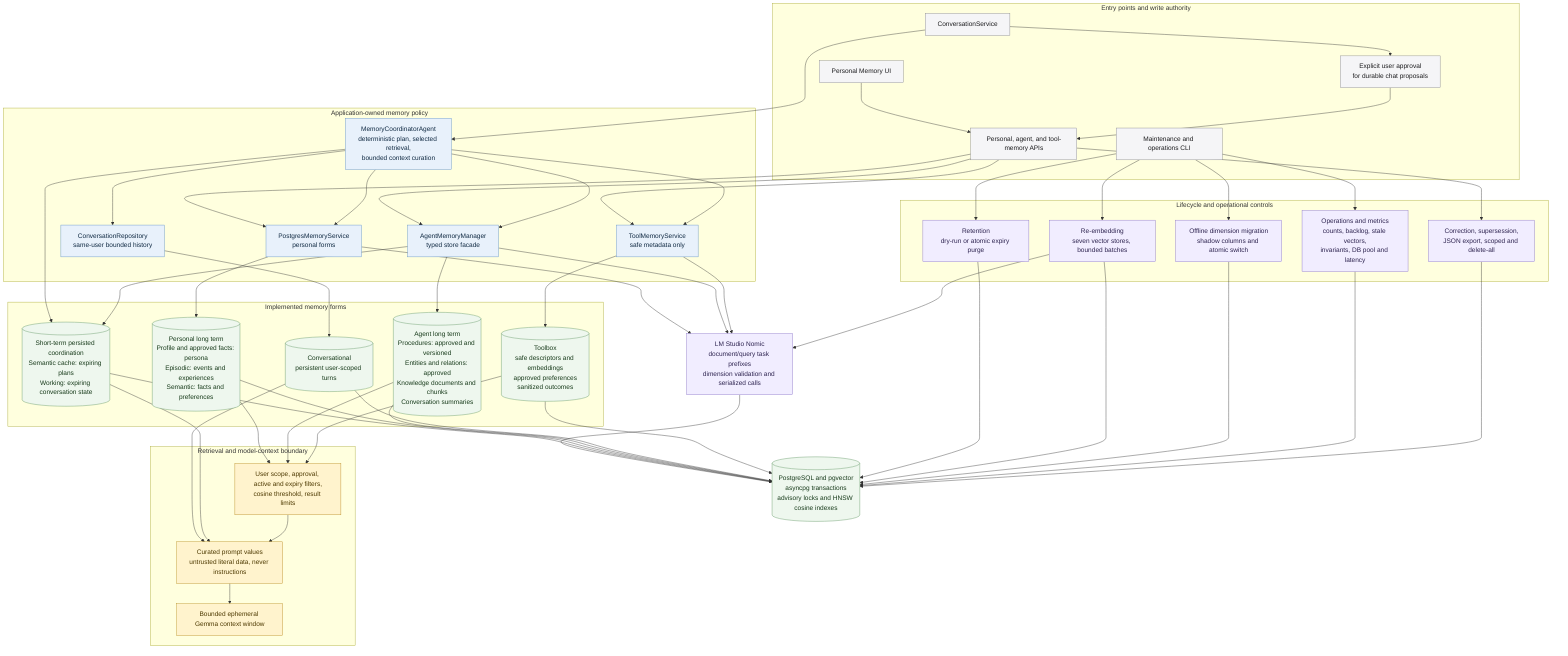
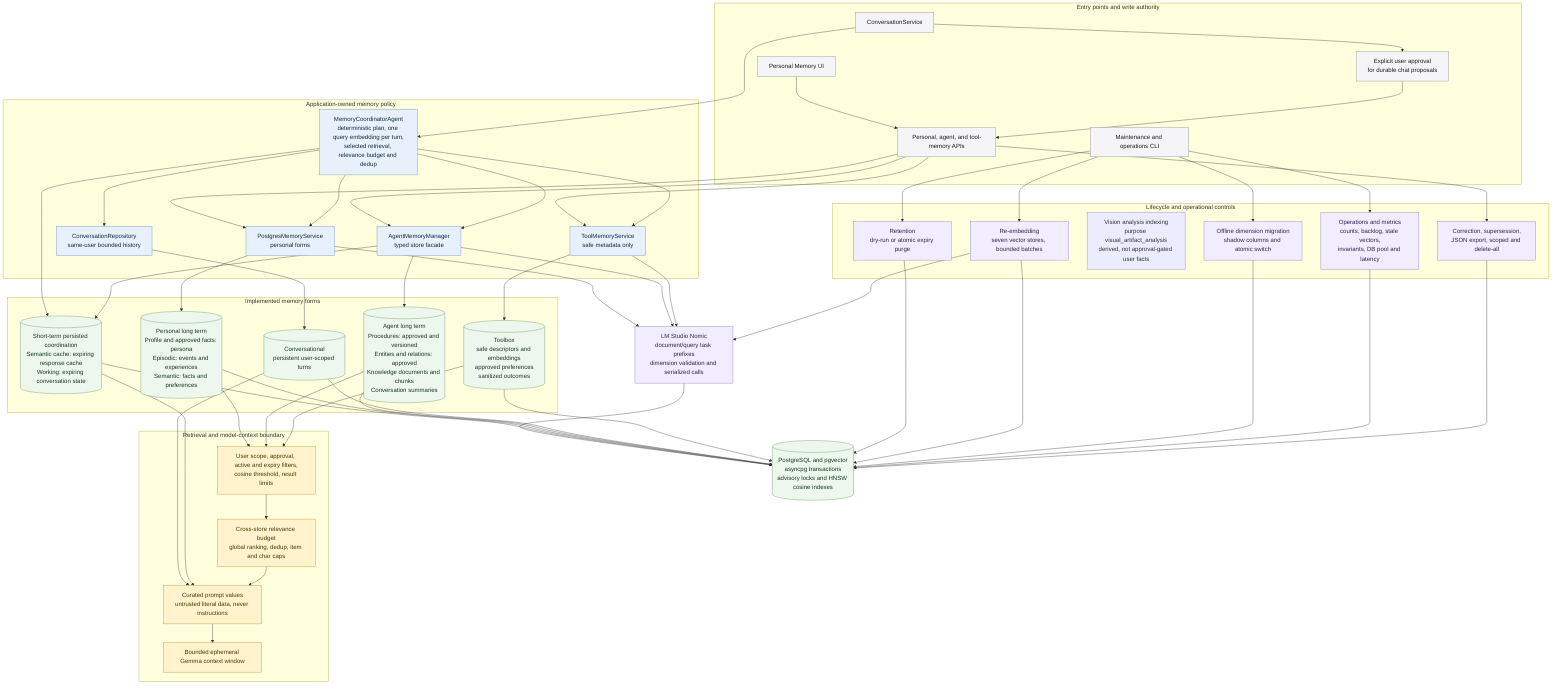
flowchart TB
    subgraph Entry[Entry points and write authority]
        Chat[ConversationService]
        UI[Personal Memory UI]
        APIs[Personal, agent, and tool-memory APIs]
        Approval[Explicit user approval<br/>for durable chat proposals]
        MaintenanceCLI[Maintenance and operations CLI]
    end

    subgraph Policy[Application-owned memory policy]
-         Coordinator[MemoryCoordinatorAgent<br/>deterministic plan, selected retrieval,<br/>bounded context curation]
+         Coordinator[MemoryCoordinatorAgent<br/>deterministic plan, one query embedding per turn,<br/>selected retrieval, relevance budget and dedup]
        PersonalService[PostgresMemoryService<br/>personal forms]
        AgentManager[AgentMemoryManager<br/>typed store facade]
        ToolService[ToolMemoryService<br/>safe metadata only]
        ConversationRepo[ConversationRepository<br/>same-user bounded history]
    end

    subgraph Forms[Implemented memory forms]
-         Short[(Short-term persisted coordination<br/>Semantic cache: expiring plans<br/>Working: expiring conversation state)]
+         Short[(Short-term persisted coordination<br/>Semantic cache: expiring response cache<br/>Working: expiring conversation state)]
        Personal[(Personal long term<br/>Profile and approved facts: persona<br/>Episodic: events and experiences<br/>Semantic: facts and preferences)]
        Agent[(Agent long term<br/>Procedures: approved and versioned<br/>Entities and relations: approved<br/>Knowledge documents and chunks<br/>Conversation summaries)]
        Conversation[(Conversational<br/>persistent user-scoped turns)]
        Tools[(Toolbox<br/>safe descriptors and embeddings<br/>approved preferences<br/>sanitized outcomes)]
    end

    subgraph Retrieval[Retrieval and model-context boundary]
        VectorPolicy[User scope, approval, active and expiry filters,<br/>cosine threshold, result limits]
+         Budget[Cross-store relevance budget<br/>global ranking, dedup, item and char caps]
        Literal[Curated prompt values<br/>untrusted literal data, never instructions]
        Context[Bounded ephemeral Gemma context window]
    end

    subgraph Lifecycle[Lifecycle and operational controls]
        Retention[Retention<br/>dry-run or atomic expiry purge]
        Reembed[Re-embedding<br/>seven vector stores, bounded batches]
+         VisionIndex[Vision analysis indexing<br/>purpose visual_artifact_analysis<br/>derived, not approval-gated user facts]
        Dimension[Offline dimension migration<br/>shadow columns and atomic switch]
        Operations[Operations and metrics<br/>counts, backlog, stale vectors,<br/>invariants, DB pool and latency]
        Control[Correction, supersession,<br/>JSON export, scoped and delete-all]
    end

    Embeddings[LM Studio Nomic<br/>document/query task prefixes<br/>dimension validation and serialized calls]
    Database[(PostgreSQL and pgvector<br/>asyncpg transactions<br/>advisory locks and HNSW cosine indexes)]

    Chat --> Coordinator
    Chat --> Approval
    UI --> APIs
    Approval --> APIs
    APIs --> PersonalService
    APIs --> AgentManager
    APIs --> ToolService
    Coordinator --> PersonalService
    Coordinator --> AgentManager
    Coordinator --> ToolService
    Coordinator --> ConversationRepo

    Coordinator --> Short
    PersonalService --> Personal
    AgentManager --> Short
    AgentManager --> Agent
    ConversationRepo --> Conversation
    ToolService --> Tools

    Personal --> VectorPolicy
    Agent --> VectorPolicy
    Conversation --> Literal
    Tools --> VectorPolicy
    Short --> Literal
-     VectorPolicy --> Literal
+     VectorPolicy --> Budget
+     Budget --> Literal
    Literal --> Context

    PersonalService --> Embeddings
    AgentManager --> Embeddings
    ToolService --> Embeddings
    Embeddings --> Database
    Short --> Database
    Personal --> Database
    Agent --> Database
    Conversation --> Database
    Tools --> Database

    MaintenanceCLI --> Retention
    MaintenanceCLI --> Reembed
    MaintenanceCLI --> Dimension
    MaintenanceCLI --> Operations
    APIs --> Control
    Retention --> Database
    Reembed --> Embeddings
    Reembed --> Database
    Dimension --> Database
    Operations --> Database
    Control --> Database

    classDef entry fill:#f5f5f7,stroke:#86868b,color:#1d1d1f;
    classDef policy fill:#e8f1fb,stroke:#5e8fc4,color:#102a43;
    classDef form fill:#eef7ee,stroke:#5f9562,color:#183b1b;
    classDef retrieval fill:#fff3cd,stroke:#b78b20,color:#4d3900;
    classDef lifecycle fill:#f1edff,stroke:#8872c6,color:#2e2450;
    class Chat,UI,APIs,Approval,MaintenanceCLI entry;
    class Coordinator,PersonalService,AgentManager,ToolService,ConversationRepo policy;
    class Short,Personal,Agent,Conversation,Tools,Database form;
-     class VectorPolicy,Literal,Context retrieval;
+     class VectorPolicy,Budget,Literal,Context retrieval;
    class Retention,Reembed,Dimension,Operations,Control,Embeddings lifecycle;
